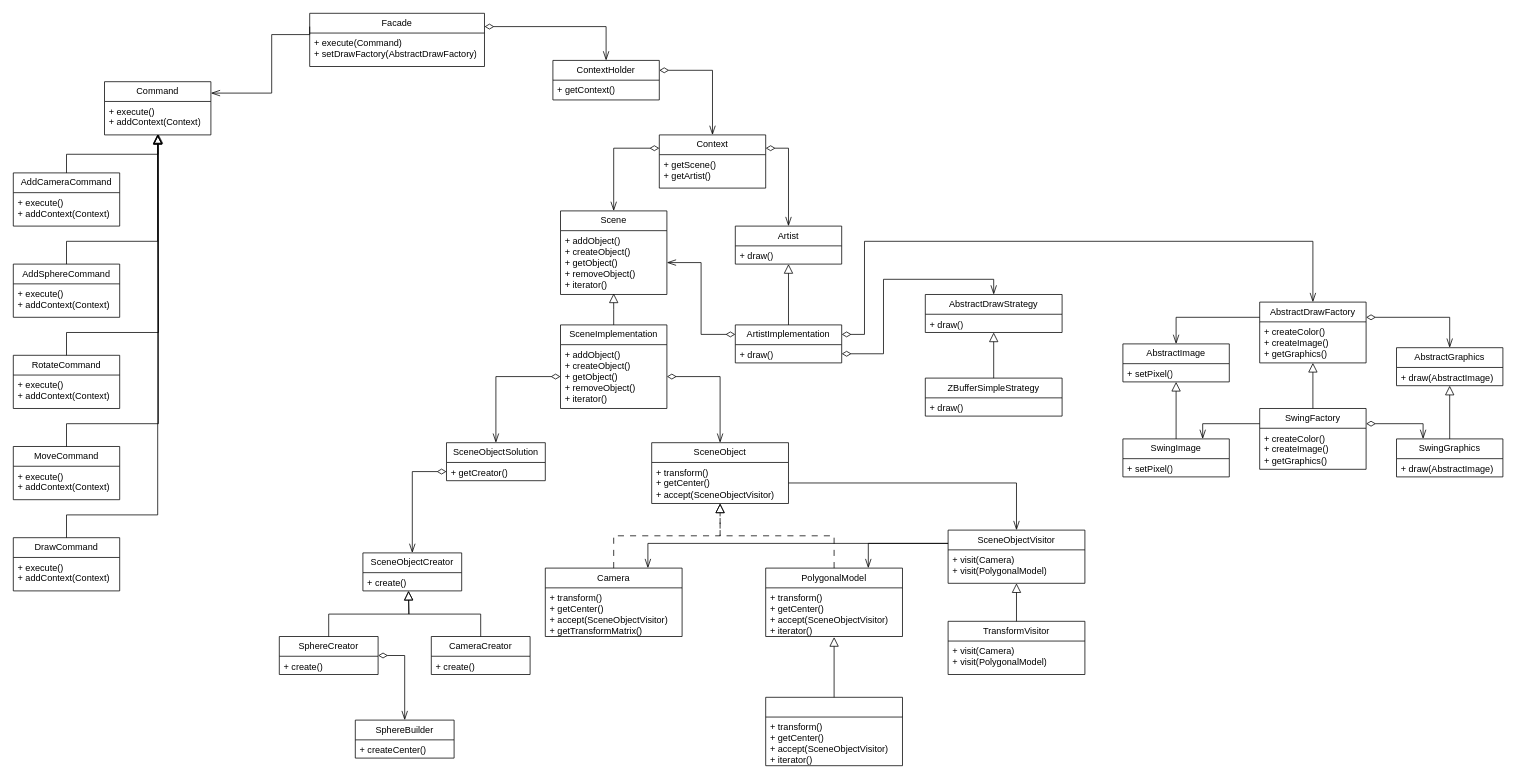
Earlier version of the draw.io diagram uml/diagram.drawio (N1ckBaran0v/cg-coursework). Source tidied: cells renumbered, new cells numbered last; positions are measured from the earlier drawing's top-left corner, leaving out a move shared by most shapes. Both pictures are drawn from the tidied source at 76%, with x=0, y=0 at pixel (13, 13).
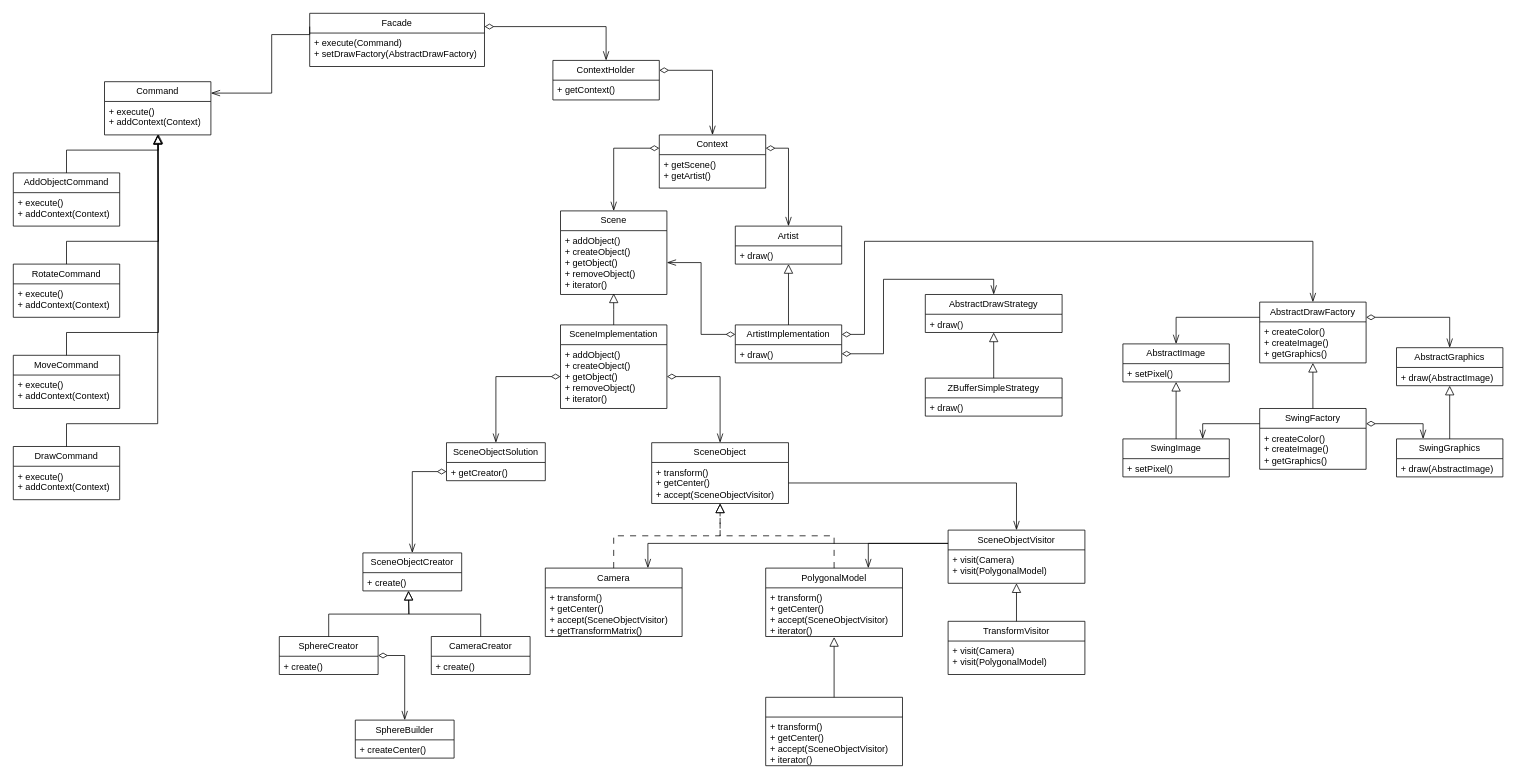
The same diagram, later.

Unchanged cells that the change refers to:
```xml
<mxCell id="7" value="+ execute()&lt;div&gt;+ addContext(Context)&lt;br&gt;&lt;div&gt;&lt;br&gt;&lt;/div&gt;&lt;/div&gt;" style="text;strokeColor=none;fillColor=none;align=left;verticalAlign=top;spacingLeft=4;spacingRight=4;overflow=hidden;points=[[0,0.5],[1,0.5]];portConstraint=eastwest;whiteSpace=wrap;html=1;" parent="6" vertex="1">
  <mxGeometry y="26" width="140" height="44" as="geometry" />
</mxCell>
```

Diff of the diagram source:
```diff
@@
-    <mxCell id="78" value="AddCameraCommand" style="swimlane;fontStyle=0;horizontal=1;startSize=26;fillColor=none;whiteSpace=wrap;html=1;" parent="1" vertex="1">
+    <mxCell id="78" value="AddObjectCommand" style="swimlane;fontStyle=0;horizontal=1;startSize=26;fillColor=none;whiteSpace=wrap;html=1;" parent="1" vertex="1">
       <mxGeometry y="210" width="140" height="70" as="geometry" />
     </mxCell>
@@
     <mxCell id="80" style="edgeStyle=orthogonalEdgeStyle;shape=connector;rounded=0;jettySize=auto;html=1;exitX=0.5;exitY=0;exitDx=0;exitDy=0;strokeColor=default;align=center;verticalAlign=middle;fontFamily=Helvetica;fontSize=11;fontColor=default;labelBackgroundColor=default;startArrow=none;startFill=0;startSize=10;endArrow=block;endFill=0;endSize=10;" parent="1" edge="1" source="81">
       <mxGeometry relative="1" as="geometry">
         <mxPoint x="190" y="160" as="targetPoint" />
         <Array as="points">
-          <mxPoint x="70" y="420" />
-          <mxPoint x="191" y="420" />
+          <mxPoint x="70" y="300" />
+          <mxPoint x="191" y="300" />
         </Array>
       </mxGeometry>
     </mxCell>
     <mxCell id="81" value="RotateCommand" style="swimlane;fontStyle=0;horizontal=1;startSize=26;fillColor=none;whiteSpace=wrap;html=1;" parent="1" vertex="1">
-      <mxGeometry y="450" width="140" height="70" as="geometry" />
+      <mxGeometry y="330" width="140" height="70" as="geometry" />
     </mxCell>
@@
     <mxCell id="83" value="MoveCommand" style="swimlane;fontStyle=0;horizontal=1;startSize=26;fillColor=none;whiteSpace=wrap;html=1;" parent="1" vertex="1">
-      <mxGeometry y="570" width="140" height="70" as="geometry" />
+      <mxGeometry y="450" width="140" height="70" as="geometry" />
     </mxCell>
@@
-    <mxCell id="85" value="AddSphereCommand" style="swimlane;fontStyle=0;horizontal=1;startSize=26;fillColor=none;whiteSpace=wrap;html=1;" parent="1" vertex="1">
-      <mxGeometry y="330" width="140" height="70" as="geometry" />
-    </mxCell>
-    <mxCell id="86" value="+ execute()&lt;div&gt;+ addContext(Context)&lt;br&gt;&lt;div&gt;&lt;br&gt;&lt;/div&gt;&lt;/div&gt;" style="text;strokeColor=none;fillColor=none;align=left;verticalAlign=top;spacingLeft=4;spacingRight=4;overflow=hidden;whiteSpace=wrap;html=1;" parent="85" vertex="1">
-      <mxGeometry y="26" width="140" height="44" as="geometry" />
-    </mxCell>
     <mxCell id="87" style="edgeStyle=orthogonalEdgeStyle;shape=connector;rounded=0;jettySize=auto;html=1;exitX=0.5;exitY=0;exitDx=0;exitDy=0;strokeColor=default;align=center;verticalAlign=middle;fontFamily=Helvetica;fontSize=11;fontColor=default;labelBackgroundColor=default;startArrow=none;startFill=0;startSize=10;endArrow=block;endFill=0;endSize=10;" parent="1" edge="1" source="78">
       <mxGeometry relative="1" as="geometry">
         <mxPoint x="190" y="160" as="targetPoint" />
+        <Array as="points">
+          <mxPoint x="70" y="180" />
+          <mxPoint x="191" y="180" />
+        </Array>
       </mxGeometry>
     </mxCell>
-    <mxCell id="88" style="edgeStyle=orthogonalEdgeStyle;shape=connector;rounded=0;jettySize=auto;html=1;exitX=0.5;exitY=0;exitDx=0;exitDy=0;entryX=0.5;entryY=0.977;entryDx=0;entryDy=0;entryPerimeter=0;strokeColor=default;align=center;verticalAlign=middle;fontFamily=Helvetica;fontSize=11;fontColor=default;labelBackgroundColor=default;startArrow=none;startFill=0;startSize=10;endArrow=block;endFill=0;endSize=10;" parent="1" edge="1" source="85" target="7">
-      <mxGeometry relative="1" as="geometry">
-        <Array as="points">
-          <mxPoint x="70" y="300" />
-          <mxPoint x="190" y="300" />
-        </Array>
-      </mxGeometry>
-    </mxCell>
     <mxCell id="89" style="edgeStyle=orthogonalEdgeStyle;shape=connector;rounded=0;jettySize=auto;html=1;exitX=0.5;exitY=0;exitDx=0;exitDy=0;entryX=0.507;entryY=0.977;entryDx=0;entryDy=0;entryPerimeter=0;strokeColor=default;align=center;verticalAlign=middle;fontFamily=Helvetica;fontSize=11;fontColor=default;labelBackgroundColor=default;startArrow=none;startFill=0;startSize=10;endArrow=block;endFill=0;endSize=10;" parent="1" edge="1" source="83" target="7">
       <mxGeometry relative="1" as="geometry">
         <Array as="points">
-          <mxPoint x="70" y="540" />
-          <mxPoint x="191" y="540" />
+          <mxPoint x="70" y="420" />
+          <mxPoint x="191" y="420" />
         </Array>
       </mxGeometry>
     </mxCell>
@@
     <mxCell id="93" value="DrawCommand" style="swimlane;fontStyle=0;horizontal=1;startSize=26;fillColor=none;whiteSpace=wrap;html=1;" parent="1" vertex="1">
-      <mxGeometry y="690" width="140" height="70" as="geometry" />
+      <mxGeometry y="570" width="140" height="70" as="geometry" />
     </mxCell>
-    <mxCell id="94" value="+ execute()&lt;div&gt;+ addContext(Context)&lt;br&gt;&lt;div&gt;&lt;br&gt;&lt;/div&gt;&lt;/div&gt;" style="text;strokeColor=none;fillColor=none;align=left;verticalAlign=top;spacingLeft=4;spacingRight=4;overflow=hidden;whiteSpace=wrap;html=1;" parent="93" vertex="1">
-      <mxGeometry y="26" width="140" height="44" as="geometry" />
-    </mxCell>
     <mxCell id="95" style="edgeStyle=orthogonalEdgeStyle;shape=connector;rounded=0;jettySize=auto;html=1;exitX=0.5;exitY=0;exitDx=0;exitDy=0;entryX=0.5;entryY=1;entryDx=0;entryDy=0;entryPerimeter=0;strokeColor=default;align=center;verticalAlign=middle;fontFamily=Helvetica;fontSize=11;fontColor=default;labelBackgroundColor=default;startArrow=none;startFill=0;startSize=10;endArrow=block;endFill=0;endSize=10;" parent="1" edge="1" source="93" target="7">
       <mxGeometry relative="1" as="geometry">
         <Array as="points">
-          <mxPoint x="70" y="660" />
-          <mxPoint x="190" y="660" />
+          <mxPoint x="70" y="540" />
+          <mxPoint x="190" y="540" />
         </Array>
       </mxGeometry>
     </mxCell>
@@
+    <mxCell id="94" value="+ execute()&lt;div&gt;+ addContext(Context)&lt;br&gt;&lt;div&gt;&lt;br&gt;&lt;/div&gt;&lt;/div&gt;" style="text;strokeColor=none;fillColor=none;align=left;verticalAlign=top;spacingLeft=4;spacingRight=4;overflow=hidden;whiteSpace=wrap;html=1;" parent="1" vertex="1">
+      <mxGeometry y="596" width="140" height="44" as="geometry" />
+    </mxCell>
```
